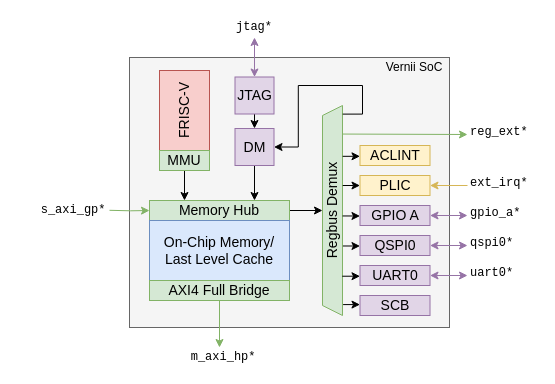
Earlier version of the draw.io diagram docs/figures/src/block-diagram.drawio (EmilPopovic/friscv-soc). Source tidied: cells renumbered, new cells numbered last; positions are measured from the earlier drawing's top-left corner, leaving out a move shared by most shapes. Both pictures are drawn from the tidied source at 100%, with x=0, y=0 at pixel (32, 17).
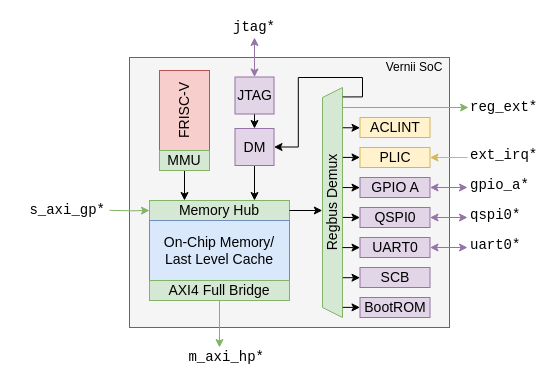
The same diagram, later.

Commit message (it also covers changes not shown here):
block diagrams with boot rom

Unchanged cells that the change refers to:
```xml
<mxCell id="7" value="&lt;font&gt;DM&lt;/font&gt;" style="rounded=0;whiteSpace=wrap;html=1;fillColor=#e1d5e7;strokeColor=#9673a6;fontSize=14;labelBorderColor=none;" parent="1" vertex="1">
  <mxGeometry x="202.5" y="111" width="39" height="37" as="geometry" />
</mxCell>
<mxCell id="13" value="&lt;font&gt;Memory Hub&lt;/font&gt;" style="rounded=0;whiteSpace=wrap;html=1;fillColor=#d5e8d4;strokeColor=#82b366;fontSize=14;labelBorderColor=none;" parent="1" vertex="1">
  <mxGeometry x="117" y="183" width="140" height="20" as="geometry" />
</mxCell>
```

The edit, as a diff of the source:
```diff
@@
-    <mxCell id="11" style="edgeStyle=orthogonalEdgeStyle;rounded=0;jettySize=auto;html=1;exitX=1;exitY=0.5;exitDx=0;exitDy=0;entryX=0.5;entryY=0;entryDx=0;entryDy=0;fontSize=14;labelBorderColor=none;" parent="1" edge="1" source="13" target="27">
-      <mxGeometry relative="1" as="geometry" />
-    </mxCell>
@@
     <mxCell id="17" style="edgeStyle=orthogonalEdgeStyle;rounded=0;jettySize=auto;html=1;exitX=1;exitY=0.5;exitDx=0;exitDy=0;startArrow=classic;startFill=1;fillColor=#e1d5e7;strokeColor=#9673a6;labelBorderColor=none;" parent="1" edge="1" source="18">
       <mxGeometry relative="1" as="geometry">
-        <mxPoint x="435" y="258" as="targetPoint" />
+        <mxPoint x="435" y="230" as="targetPoint" />
       </mxGeometry>
     </mxCell>
     <mxCell id="18" value="&lt;div&gt;&lt;font&gt;UART0&lt;/font&gt;&lt;/div&gt;" style="rounded=0;whiteSpace=wrap;html=1;fillColor=#e1d5e7;strokeColor=#9673a6;fontSize=14;labelBorderColor=none;" parent="1" vertex="1">
-      <mxGeometry x="327.5" y="248" width="70" height="20" as="geometry" />
+      <mxGeometry x="327.5" y="220" width="70" height="20" as="geometry" />
     </mxCell>
     <mxCell id="19" style="edgeStyle=orthogonalEdgeStyle;rounded=0;jettySize=auto;html=1;exitX=1;exitY=0.5;exitDx=0;exitDy=0;startArrow=classic;startFill=1;fillColor=#e1d5e7;strokeColor=#9673a6;labelBorderColor=none;" parent="1" edge="1" source="20">
       <mxGeometry relative="1" as="geometry">
-        <mxPoint x="435" y="228" as="targetPoint" />
+        <mxPoint x="435" y="200" as="targetPoint" />
       </mxGeometry>
     </mxCell>
     <mxCell id="20" value="&lt;div&gt;&lt;font&gt;QSPI0&lt;/font&gt;&lt;/div&gt;" style="rounded=0;whiteSpace=wrap;html=1;fillColor=#e1d5e7;strokeColor=#9673a6;fontSize=14;labelBorderColor=none;" parent="1" vertex="1">
-      <mxGeometry x="327.5" y="218" width="70" height="20" as="geometry" />
+      <mxGeometry x="327.5" y="190" width="70" height="20" as="geometry" />
     </mxCell>
     <mxCell id="21" style="edgeStyle=orthogonalEdgeStyle;rounded=0;jettySize=auto;html=1;exitX=1;exitY=0.5;exitDx=0;exitDy=0;startArrow=classic;startFill=1;fillColor=#e1d5e7;strokeColor=#9673a6;labelBorderColor=none;" parent="1" edge="1" source="22">
       <mxGeometry relative="1" as="geometry">
-        <mxPoint x="435" y="198" as="targetPoint" />
+        <mxPoint x="435" y="170" as="targetPoint" />
       </mxGeometry>
     </mxCell>
     <mxCell id="22" value="&lt;font&gt;GPIO A&lt;/font&gt;" style="rounded=0;whiteSpace=wrap;html=1;fillColor=#e1d5e7;strokeColor=#9673a6;fontSize=14;labelBorderColor=none;" parent="1" vertex="1">
-      <mxGeometry x="327.5" y="188" width="70" height="20" as="geometry" />
+      <mxGeometry x="327.5" y="160" width="70" height="20" as="geometry" />
     </mxCell>
     <mxCell id="23" style="edgeStyle=orthogonalEdgeStyle;rounded=0;jettySize=auto;html=1;entryX=1;entryY=0.5;entryDx=0;entryDy=0;fillColor=#fff2cc;strokeColor=#d6b656;labelBorderColor=none;" parent="1" edge="1" target="24">
       <mxGeometry relative="1" as="geometry">
-        <mxPoint x="435" y="168" as="sourcePoint" />
+        <mxPoint x="435" y="140" as="sourcePoint" />
       </mxGeometry>
     </mxCell>
     <mxCell id="24" value="&lt;font&gt;PLIC&lt;/font&gt;" style="rounded=0;whiteSpace=wrap;html=1;fillColor=#fff2cc;strokeColor=#d6b656;fontSize=14;labelBorderColor=none;" parent="1" vertex="1">
-      <mxGeometry x="327.5" y="158" width="70" height="20" as="geometry" />
+      <mxGeometry x="327.5" y="130" width="70" height="20" as="geometry" />
     </mxCell>
     <mxCell id="25" value="&lt;font&gt;ACLINT&lt;/font&gt;" style="rounded=0;whiteSpace=wrap;html=1;fillColor=#fff2cc;strokeColor=#d6b656;fontSize=14;labelBorderColor=none;" parent="1" vertex="1">
-      <mxGeometry x="327.5" y="128" width="70" height="20" as="geometry" />
+      <mxGeometry x="327.5" y="100" width="70" height="20" as="geometry" />
     </mxCell>
     <mxCell id="26" value="&lt;font&gt;SCB&lt;/font&gt;" style="rounded=0;whiteSpace=wrap;html=1;fillColor=#e1d5e7;strokeColor=#9673a6;fontSize=14;labelBorderColor=none;" parent="1" vertex="1">
-      <mxGeometry x="327.5" y="278" width="70" height="20" as="geometry" />
+      <mxGeometry x="327.5" y="250" width="70" height="20" as="geometry" />
     </mxCell>
     <mxCell id="27" value="&lt;div&gt;&lt;font&gt;Regbus Demux&lt;/font&gt;&lt;/div&gt;" style="shape=trapezoid;perimeter=trapezoidPerimeter;whiteSpace=wrap;html=1;fixedSize=1;size=10;rotation=-90;fillColor=#d5e8d4;strokeColor=#82b366;fontSize=14;labelBorderColor=none;" parent="1" vertex="1">
-      <mxGeometry x="195" y="183" width="210" height="20" as="geometry" />
+      <mxGeometry x="185" y="175" width="230" height="20" as="geometry" />
     </mxCell>
-    <mxCell id="28" style="edgeStyle=orthogonalEdgeStyle;rounded=0;jettySize=auto;html=1;exitX=0.052;exitY=1.03;exitDx=0;exitDy=0;entryX=0;entryY=0.5;entryDx=0;entryDy=0;exitPerimeter=0;fontSize=14;labelBorderColor=none;" parent="1" edge="1" source="27" target="26">
-      <mxGeometry relative="1" as="geometry" />
-    </mxCell>
-    <mxCell id="29" style="edgeStyle=orthogonalEdgeStyle;rounded=0;jettySize=auto;html=1;exitX=0.187;exitY=0.986;exitDx=0;exitDy=0;entryX=0;entryY=0.5;entryDx=0;entryDy=0;exitPerimeter=0;fontSize=14;labelBorderColor=none;" parent="1" edge="1" source="27" target="18">
-      <mxGeometry relative="1" as="geometry" />
-    </mxCell>
-    <mxCell id="30" style="edgeStyle=orthogonalEdgeStyle;rounded=0;jettySize=auto;html=1;exitX=0.331;exitY=1.021;exitDx=0;exitDy=0;entryX=0;entryY=0.5;entryDx=0;entryDy=0;exitPerimeter=0;fontSize=14;labelBorderColor=none;" parent="1" edge="1" source="27" target="20">
-      <mxGeometry relative="1" as="geometry" />
-    </mxCell>
-    <mxCell id="31" style="edgeStyle=orthogonalEdgeStyle;rounded=0;jettySize=auto;html=1;exitX=0.474;exitY=1.003;exitDx=0;exitDy=0;entryX=0;entryY=0.5;entryDx=0;entryDy=0;exitPerimeter=0;fontSize=14;labelBorderColor=none;" parent="1" edge="1" source="27" target="22">
-      <mxGeometry relative="1" as="geometry" />
-    </mxCell>
-    <mxCell id="32" style="edgeStyle=orthogonalEdgeStyle;rounded=0;jettySize=auto;html=1;exitX=0.619;exitY=1.011;exitDx=0;exitDy=0;entryX=0;entryY=0.5;entryDx=0;entryDy=0;exitPerimeter=0;fontSize=14;labelBorderColor=none;" parent="1" edge="1" source="27" target="24">
-      <mxGeometry relative="1" as="geometry" />
-    </mxCell>
-    <mxCell id="33" style="edgeStyle=orthogonalEdgeStyle;rounded=0;jettySize=auto;html=1;exitX=0.758;exitY=1.008;exitDx=0;exitDy=0;entryX=0;entryY=0.5;entryDx=0;entryDy=0;exitPerimeter=0;fontSize=14;labelBorderColor=none;" parent="1" edge="1" source="27" target="25">
-      <mxGeometry relative="1" as="geometry" />
-    </mxCell>
     <mxCell id="34" style="edgeStyle=orthogonalEdgeStyle;rounded=0;jettySize=auto;html=1;exitX=0.959;exitY=1.009;exitDx=0;exitDy=0;entryX=1;entryY=0.5;entryDx=0;entryDy=0;exitPerimeter=0;fontSize=14;labelBorderColor=none;" parent="1" edge="1" source="27" target="7">
-      <mxGeometry relative="1" as="geometry" />
+      <mxGeometry relative="1" as="geometry">
+        <Array as="points">
+          <mxPoint x="330" y="79.4" />
+          <mxPoint x="330" y="60" />
+          <mxPoint x="265.8" y="60" />
+          <mxPoint x="265.8" y="129.5" />
+        </Array>
+      </mxGeometry>
     </mxCell>
-    <mxCell id="35" style="endArrow=classic;html=1;rounded=0;exitX=0.864;exitY=1.007;exitDx=0;exitDy=0;exitPerimeter=0;fillColor=#d5e8d4;strokeColor=#82b366;labelBorderColor=none;" parent="1" edge="1" source="27">
-      <mxGeometry relative="1" as="geometry">
-        <mxPoint x="435" y="117" as="targetPoint" />
-      </mxGeometry>
-    </mxCell>
-    <mxCell id="36" value="jtag*" style="text;html=1;whiteSpace=wrap;strokeColor=none;fillColor=none;align=center;verticalAlign=middle;rounded=0;fontFamily=Courier New;labelBorderColor=none;" parent="1" vertex="1">
+    <mxCell id="36" value="&lt;font style=&quot;font-size: 14px;&quot;&gt;jtag*&lt;/font&gt;" style="text;html=1;whiteSpace=wrap;strokeColor=none;fillColor=none;align=center;verticalAlign=middle;rounded=0;fontFamily=Courier New;labelBorderColor=none;" parent="1" vertex="1">
       <mxGeometry x="192" width="60" height="20" as="geometry" />
     </mxCell>
-    <mxCell id="37" value="&lt;div align=&quot;left&quot;&gt;reg_ext*&lt;/div&gt;" style="text;html=1;whiteSpace=wrap;strokeColor=none;fillColor=none;align=left;verticalAlign=middle;rounded=0;fontFamily=Courier New;labelBorderColor=none;" parent="1" vertex="1">
-      <mxGeometry x="436" y="105" width="60" height="20" as="geometry" />
+    <mxCell id="37" value="&lt;div align=&quot;left&quot;&gt;reg_ext*&lt;/div&gt;" style="text;html=1;whiteSpace=wrap;strokeColor=none;fillColor=none;align=left;verticalAlign=middle;rounded=0;fontFamily=Courier New;labelBorderColor=none;fontSize=14;" parent="1" vertex="1">
+      <mxGeometry x="436" y="80" width="70" height="20" as="geometry" />
     </mxCell>
-    <mxCell id="38" value="&lt;div align=&quot;left&quot;&gt;ext_irq*&lt;/div&gt;" style="text;html=1;whiteSpace=wrap;strokeColor=none;fillColor=none;align=left;verticalAlign=middle;rounded=0;fontFamily=Courier New;labelBorderColor=none;" parent="1" vertex="1">
-      <mxGeometry x="436" y="156" width="60" height="20" as="geometry" />
+    <mxCell id="38" value="&lt;div align=&quot;left&quot;&gt;ext_irq*&lt;/div&gt;" style="text;html=1;whiteSpace=wrap;strokeColor=none;fillColor=none;align=left;verticalAlign=middle;rounded=0;fontFamily=Courier New;labelBorderColor=none;fontSize=14;" parent="1" vertex="1">
+      <mxGeometry x="436" y="128" width="70" height="20" as="geometry" />
     </mxCell>
-    <mxCell id="39" value="&lt;div align=&quot;left&quot;&gt;gpio_a*&lt;/div&gt;" style="text;html=1;whiteSpace=wrap;strokeColor=none;fillColor=none;align=left;verticalAlign=middle;rounded=0;fontFamily=Courier New;labelBorderColor=none;" parent="1" vertex="1">
-      <mxGeometry x="436" y="186" width="60" height="20" as="geometry" />
+    <mxCell id="39" value="&lt;div align=&quot;left&quot;&gt;gpio_a*&lt;/div&gt;" style="text;html=1;whiteSpace=wrap;strokeColor=none;fillColor=none;align=left;verticalAlign=middle;rounded=0;fontFamily=Courier New;labelBorderColor=none;fontSize=14;" parent="1" vertex="1">
+      <mxGeometry x="436" y="158" width="70" height="20" as="geometry" />
     </mxCell>
-    <mxCell id="40" value="&lt;div align=&quot;left&quot;&gt;qspi0*&lt;/div&gt;" style="text;html=1;whiteSpace=wrap;strokeColor=none;fillColor=none;align=left;verticalAlign=middle;rounded=0;fontFamily=Courier New;labelBorderColor=none;" parent="1" vertex="1">
-      <mxGeometry x="436" y="216" width="60" height="20" as="geometry" />
+    <mxCell id="40" value="&lt;div align=&quot;left&quot;&gt;qspi0*&lt;/div&gt;" style="text;html=1;whiteSpace=wrap;strokeColor=none;fillColor=none;align=left;verticalAlign=middle;rounded=0;fontFamily=Courier New;labelBorderColor=none;fontSize=14;" parent="1" vertex="1">
+      <mxGeometry x="436" y="188" width="70" height="20" as="geometry" />
     </mxCell>
-    <mxCell id="41" value="uart0*" style="text;html=1;whiteSpace=wrap;strokeColor=none;fillColor=none;align=left;verticalAlign=middle;rounded=0;fontFamily=Courier New;labelBorderColor=none;" parent="1" vertex="1">
-      <mxGeometry x="436" y="246" width="60" height="20" as="geometry" />
+    <mxCell id="41" value="uart0*" style="text;html=1;whiteSpace=wrap;strokeColor=none;fillColor=none;align=left;verticalAlign=middle;rounded=0;fontFamily=Courier New;labelBorderColor=none;fontSize=14;" parent="1" vertex="1">
+      <mxGeometry x="436" y="218" width="70" height="20" as="geometry" />
     </mxCell>
-    <mxCell id="42" value="&amp;nbsp;s_axi_gp*" style="text;html=1;whiteSpace=wrap;strokeColor=none;fillColor=none;align=center;verticalAlign=middle;rounded=0;fontFamily=Courier New;labelBorderColor=none;" parent="1" vertex="1">
-      <mxGeometry y="183" width="75" height="20" as="geometry" />
+    <mxCell id="42" value="&lt;font style=&quot;font-size: 14px;&quot;&gt;&amp;nbsp;s_axi_gp*&lt;/font&gt;" style="text;html=1;whiteSpace=wrap;strokeColor=none;fillColor=none;align=right;verticalAlign=middle;rounded=0;fontFamily=Courier New;labelBorderColor=none;" parent="1" vertex="1">
+      <mxGeometry x="-15" y="183" width="90" height="20" as="geometry" />
     </mxCell>
-    <mxCell id="43" value="&amp;nbsp;m_axi_hp*" style="text;html=1;whiteSpace=wrap;strokeColor=none;fillColor=none;align=center;verticalAlign=middle;rounded=0;fontFamily=Courier New;labelBorderColor=none;" parent="1" vertex="1">
-      <mxGeometry x="149.5" y="330" width="75" height="20" as="geometry" />
+    <mxCell id="43" value="&lt;font style=&quot;font-size: 14px;&quot;&gt;&amp;nbsp;m_axi_hp*&lt;/font&gt;" style="text;html=1;whiteSpace=wrap;strokeColor=none;fillColor=none;align=center;verticalAlign=middle;rounded=0;fontFamily=Courier New;labelBorderColor=none;" parent="1" vertex="1">
+      <mxGeometry x="145" y="330" width="90" height="20" as="geometry" />
     </mxCell>
@@
+    <mxCell id="45" value="&lt;div align=&quot;center&quot;&gt;&lt;span&gt;BootROM&lt;/span&gt;&lt;/div&gt;" style="rounded=0;whiteSpace=wrap;html=1;fillColor=#e1d5e7;strokeColor=#9673a6;fontSize=14;labelBorderColor=none;align=center;" parent="1" vertex="1">
+      <mxGeometry x="327.5" y="280" width="70" height="20" as="geometry" />
+    </mxCell>
+    <mxCell id="11" style="edgeStyle=orthogonalEdgeStyle;rounded=0;jettySize=auto;html=1;exitX=1;exitY=0.5;exitDx=0;exitDy=0;entryX=0.466;entryY=-0.009;entryDx=0;entryDy=0;entryPerimeter=0;" parent="1" edge="1" source="13" target="27">
+      <mxGeometry relative="1" as="geometry" />
+    </mxCell>
+    <mxCell id="46" style="edgeStyle=orthogonalEdgeStyle;rounded=0;jettySize=auto;html=1;exitX=0.044;exitY=1.014;exitDx=0;exitDy=0;entryX=0;entryY=0.5;entryDx=0;entryDy=0;exitPerimeter=0;" parent="1" edge="1" source="27" target="45">
+      <mxGeometry relative="1" as="geometry" />
+    </mxCell>
+    <mxCell id="28" style="edgeStyle=orthogonalEdgeStyle;rounded=0;jettySize=auto;html=1;exitX=0.173;exitY=1.017;exitDx=0;exitDy=0;entryX=0;entryY=0.5;entryDx=0;entryDy=0;exitPerimeter=0;" parent="1" edge="1" source="27" target="26">
+      <mxGeometry relative="1" as="geometry" />
+    </mxCell>
+    <mxCell id="29" style="edgeStyle=orthogonalEdgeStyle;rounded=0;jettySize=auto;html=1;exitX=0.304;exitY=0.998;exitDx=0;exitDy=0;entryX=0;entryY=0.5;entryDx=0;entryDy=0;exitPerimeter=0;" parent="1" edge="1" source="27" target="18">
+      <mxGeometry relative="1" as="geometry" />
+    </mxCell>
+    <mxCell id="30" style="edgeStyle=orthogonalEdgeStyle;rounded=0;jettySize=auto;html=1;exitX=0.435;exitY=1.017;exitDx=0;exitDy=0;entryX=0;entryY=0.5;entryDx=0;entryDy=0;exitPerimeter=0;" parent="1" edge="1" source="27" target="20">
+      <mxGeometry relative="1" as="geometry" />
+    </mxCell>
+    <mxCell id="31" style="edgeStyle=orthogonalEdgeStyle;rounded=0;jettySize=auto;html=1;exitX=0.565;exitY=1.011;exitDx=0;exitDy=0;entryX=0;entryY=0.5;entryDx=0;entryDy=0;exitPerimeter=0;" parent="1" edge="1" source="27" target="22">
+      <mxGeometry relative="1" as="geometry" />
+    </mxCell>
+    <mxCell id="32" style="edgeStyle=orthogonalEdgeStyle;rounded=0;jettySize=auto;html=1;exitX=0.696;exitY=1.017;exitDx=0;exitDy=0;entryX=0;entryY=0.5;entryDx=0;entryDy=0;exitPerimeter=0;" parent="1" edge="1" source="27" target="24">
+      <mxGeometry relative="1" as="geometry" />
+    </mxCell>
+    <mxCell id="33" style="edgeStyle=orthogonalEdgeStyle;rounded=0;jettySize=auto;html=1;exitX=0.825;exitY=1.014;exitDx=0;exitDy=0;entryX=0;entryY=0.5;entryDx=0;entryDy=0;exitPerimeter=0;" parent="1" edge="1" source="27" target="25">
+      <mxGeometry relative="1" as="geometry" />
+    </mxCell>
+    <mxCell id="47" style="edgeStyle=orthogonalEdgeStyle;rounded=0;jettySize=auto;html=1;exitX=0;exitY=0.5;exitDx=0;exitDy=0;entryX=0.913;entryY=1.015;entryDx=0;entryDy=0;entryPerimeter=0;startArrow=classic;startFill=1;endArrow=none;endFill=0;fillColor=#d5e8d4;strokeColor=#82b366;" parent="1" edge="1" source="37" target="27">
+      <mxGeometry relative="1" as="geometry" />
+    </mxCell>
```
